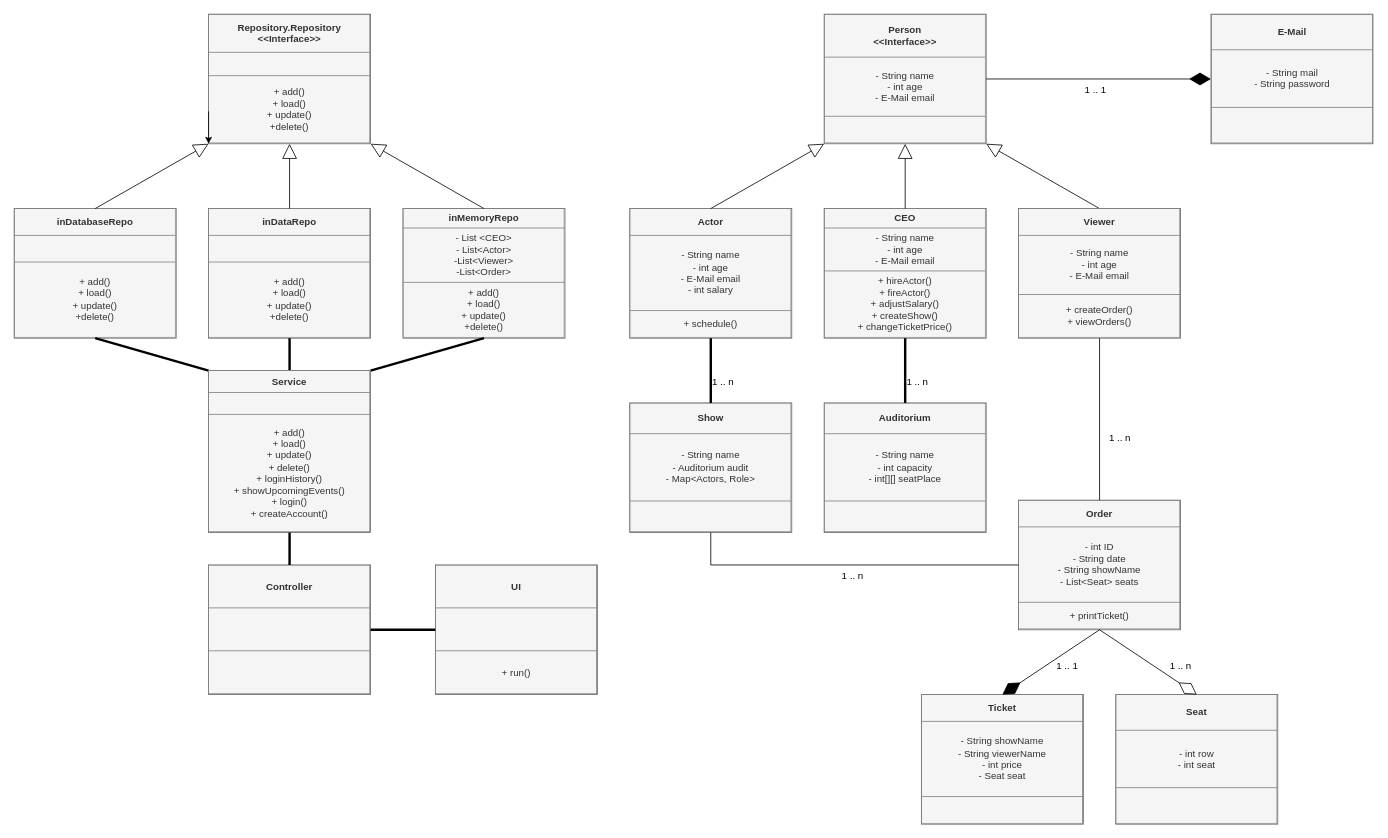
The draw.io diagram Theatre.drawio in Benq2016/Theatre, before the edit. Source tidied: cells renumbered, new cells numbered last; positions are measured from the earlier drawing's top-left corner, leaving out a move shared by most shapes. Both pictures are drawn from the tidied source at 81%, with x=0, y=0 at pixel (14, 14).
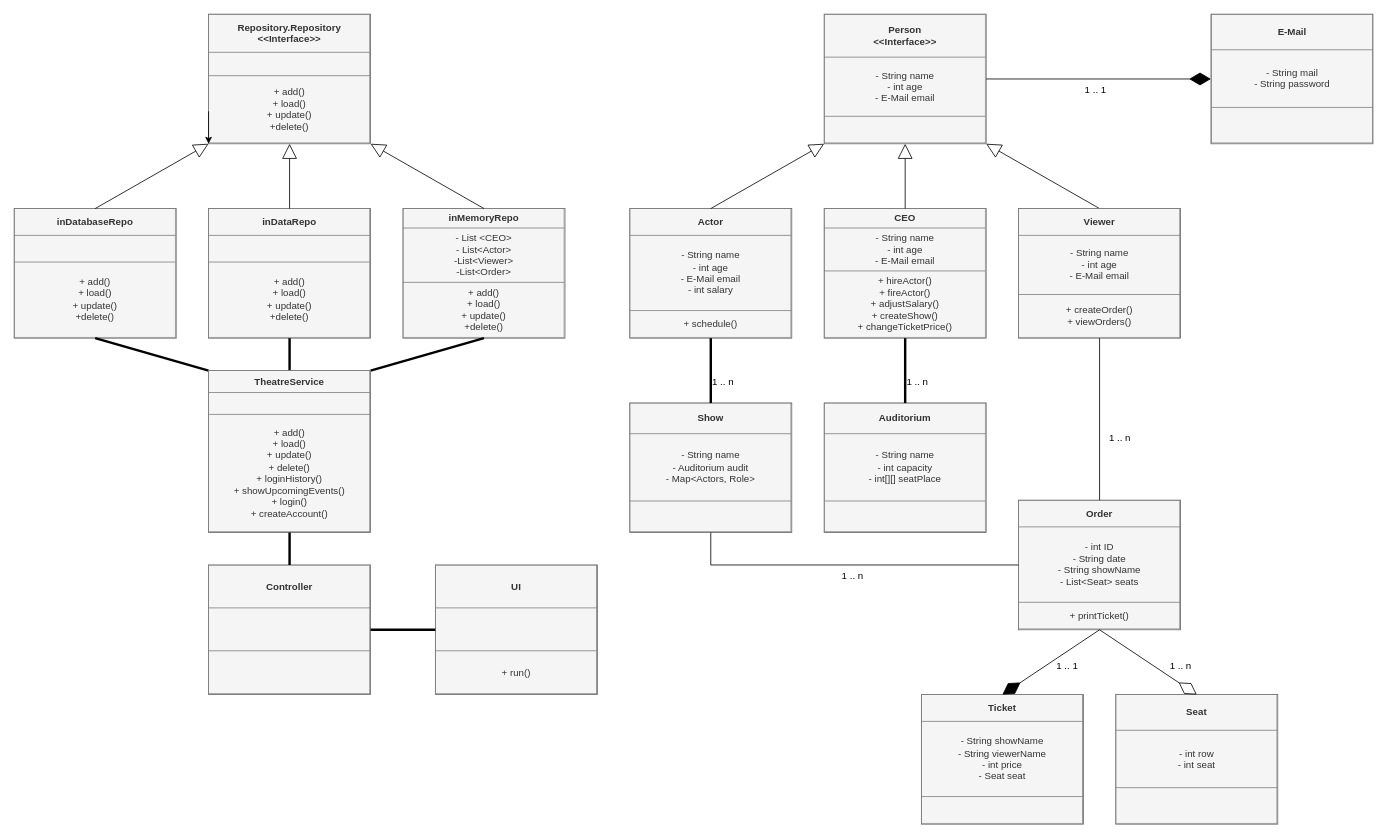
The same page after the edit.

The edit, as a diff of the source:
```diff
@@
-    <mxCell id="31" value="&lt;table border=&quot;1&quot; width=&quot;100%&quot; height=&quot;100%&quot; cellpadding=&quot;4&quot; style=&quot;width:100%;height:100%;border-collapse:collapse;&quot;&gt;&lt;tbody&gt;&lt;tr&gt;&lt;th align=&quot;center&quot;&gt;Service&lt;/th&gt;&lt;/tr&gt;&lt;tr&gt;&lt;td align=&quot;center&quot;&gt;&lt;br&gt;&lt;/td&gt;&lt;/tr&gt;&lt;tr&gt;&lt;td align=&quot;center&quot;&gt;+ add()&lt;br&gt;+ load()&lt;br&gt;+ update()&lt;br&gt;+ delete()&lt;br&gt;+ loginHistory()&lt;br&gt;+ showUpcomingEvents()&lt;br&gt;+ login()&lt;br&gt;+ createAccount()&lt;br&gt;&lt;/td&gt;&lt;/tr&gt;&lt;/tbody&gt;&lt;/table&gt;" style="text;html=1;whiteSpace=wrap;strokeColor=#666666;fillColor=#f5f5f5;overflow=fill;fillStyle=auto;fontColor=#333333;" parent="1" vertex="1">
+    <mxCell id="31" value="&lt;table border=&quot;1&quot; width=&quot;100%&quot; height=&quot;100%&quot; cellpadding=&quot;4&quot; style=&quot;width:100%;height:100%;border-collapse:collapse;&quot;&gt;&lt;tbody&gt;&lt;tr&gt;&lt;th align=&quot;center&quot;&gt;TheatreService&lt;/th&gt;&lt;/tr&gt;&lt;tr&gt;&lt;td align=&quot;center&quot;&gt;&lt;br&gt;&lt;/td&gt;&lt;/tr&gt;&lt;tr&gt;&lt;td align=&quot;center&quot;&gt;+ add()&lt;br&gt;+ load()&lt;br&gt;+ update()&lt;br&gt;+ delete()&lt;br&gt;+ loginHistory()&lt;br&gt;+ showUpcomingEvents()&lt;br&gt;+ login()&lt;br&gt;+ createAccount()&lt;br&gt;&lt;/td&gt;&lt;/tr&gt;&lt;/tbody&gt;&lt;/table&gt;" style="text;html=1;whiteSpace=wrap;strokeColor=#666666;fillColor=#f5f5f5;overflow=fill;fillStyle=auto;fontColor=#333333;" parent="1" vertex="1">
       <mxGeometry x="240" y="440" width="200" height="200" as="geometry" />
     </mxCell>
```
